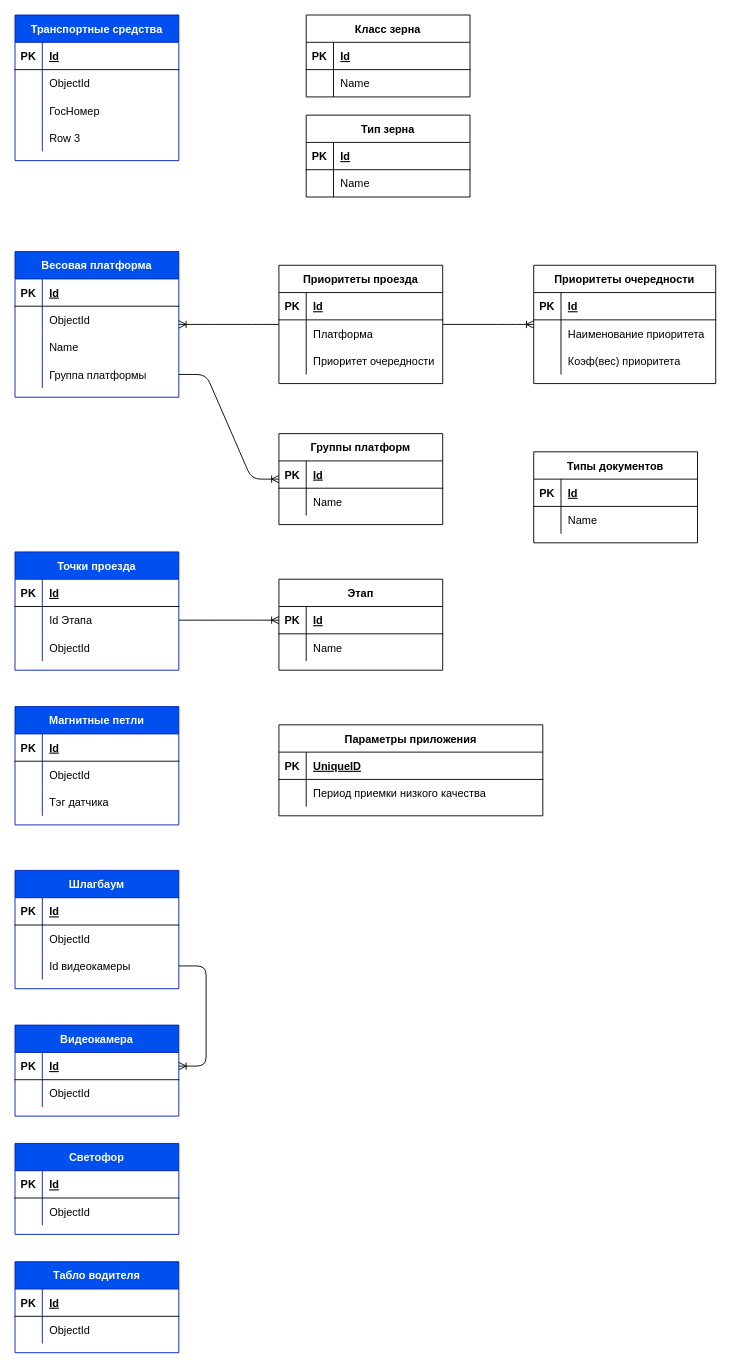
The draw.io diagram page "Справочники" (1 of 3) of Степь(ER).drawio in aaf1974/ProjectDiagram, before the edit. Source tidied: cells renumbered, new cells numbered last; positions are measured from the earlier drawing's top-left corner, leaving out a move shared by most shapes. Both pictures are drawn from the tidied source at 91%, with x=0, y=0 at pixel (15, 15).
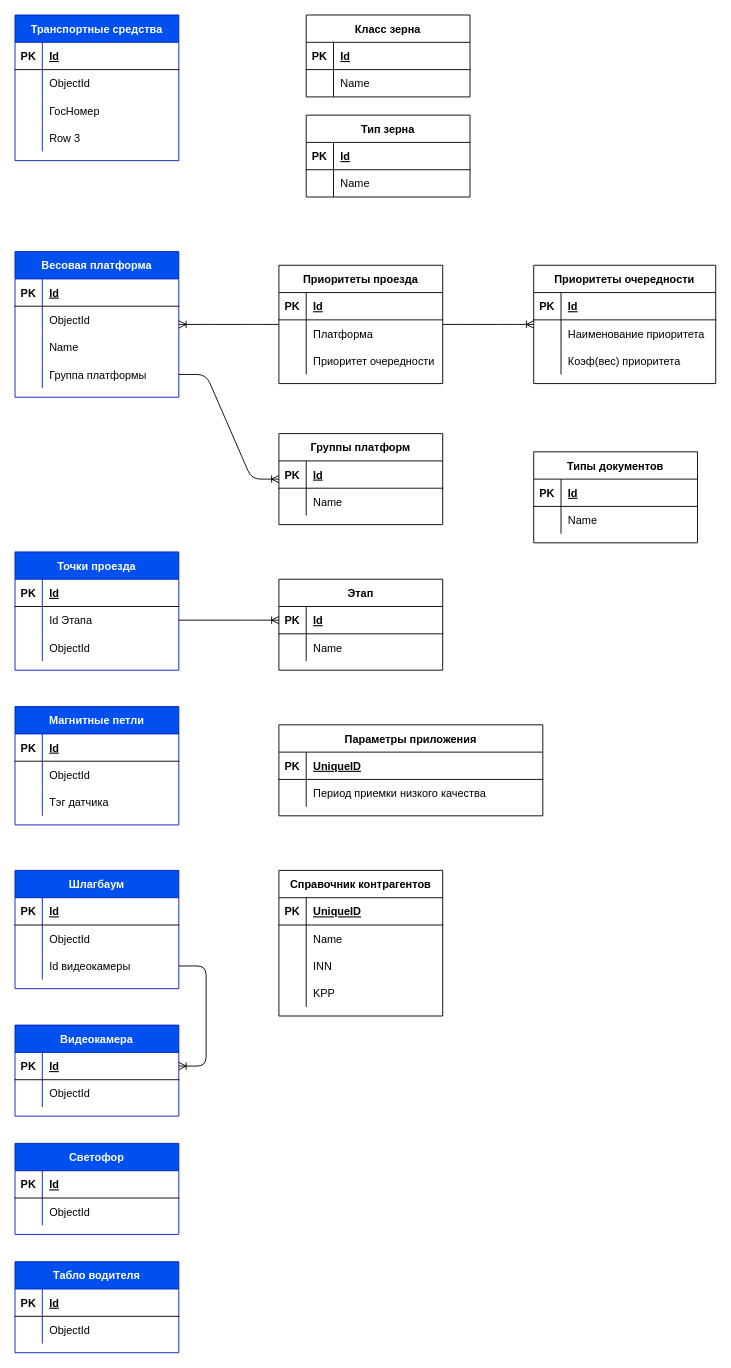
Above is the later version.

Change to the diagram source:
```diff
@@
+    <mxCell id="146" value="Справочник контрагентов" style="shape=table;startSize=30;childLayout=tableLayout;rowLines=0;fontStyle=1;align=center;" parent="1" vertex="1">
+      <mxGeometry x="290" y="940" width="180" height="160" as="geometry" />
+    </mxCell>
+    <mxCell id="147" style="shape=partialRectangle;fillColor=none;top=0;left=0;bottom=1;right=0;" parent="146" vertex="1">
+      <mxGeometry y="30" width="180" height="30" as="geometry" />
+    </mxCell>
+    <mxCell id="148" value="PK" style="shape=partialRectangle;fillColor=none;top=0;left=0;bottom=0;right=0;fontStyle=1;overflow=hidden;" parent="147" vertex="1">
+      <mxGeometry width="30" height="30" as="geometry" />
+    </mxCell>
+    <mxCell id="149" value="UniqueID" style="shape=partialRectangle;fillColor=none;top=0;left=0;bottom=0;right=0;align=left;spacingLeft=6;fontStyle=5;overflow=hidden;" parent="147" vertex="1">
+      <mxGeometry x="30" width="150" height="30" as="geometry" />
+    </mxCell>
+    <mxCell id="150" style="shape=partialRectangle;fillColor=none;top=0;left=0;bottom=0;right=0;" parent="146" vertex="1">
+      <mxGeometry y="60" width="180" height="30" as="geometry" />
+    </mxCell>
+    <mxCell id="151" style="shape=partialRectangle;fillColor=none;top=0;left=0;bottom=0;right=0;overflow=hidden;" parent="150" vertex="1">
+      <mxGeometry width="30" height="30" as="geometry" />
+    </mxCell>
+    <mxCell id="152" value="Name" style="shape=partialRectangle;fillColor=none;top=0;left=0;bottom=0;right=0;align=left;spacingLeft=6;overflow=hidden;" parent="150" vertex="1">
+      <mxGeometry x="30" width="150" height="30" as="geometry" />
+    </mxCell>
+    <mxCell id="153" style="shape=partialRectangle;fillColor=none;top=0;left=0;bottom=0;right=0;" parent="146" vertex="1">
+      <mxGeometry y="90" width="180" height="30" as="geometry" />
+    </mxCell>
+    <mxCell id="154" style="shape=partialRectangle;fillColor=none;top=0;left=0;bottom=0;right=0;overflow=hidden;" parent="153" vertex="1">
+      <mxGeometry width="30" height="30" as="geometry" />
+    </mxCell>
+    <mxCell id="155" value="INN" style="shape=partialRectangle;fillColor=none;top=0;left=0;bottom=0;right=0;align=left;spacingLeft=6;overflow=hidden;" parent="153" vertex="1">
+      <mxGeometry x="30" width="150" height="30" as="geometry" />
+    </mxCell>
+    <mxCell id="156" style="shape=partialRectangle;fillColor=none;top=0;left=0;bottom=0;right=0;" parent="146" vertex="1">
+      <mxGeometry y="120" width="180" height="30" as="geometry" />
+    </mxCell>
+    <mxCell id="157" style="shape=partialRectangle;fillColor=none;top=0;left=0;bottom=0;right=0;overflow=hidden;" parent="156" vertex="1">
+      <mxGeometry width="30" height="30" as="geometry" />
+    </mxCell>
+    <mxCell id="158" value="KPP" style="shape=partialRectangle;fillColor=none;top=0;left=0;bottom=0;right=0;align=left;spacingLeft=6;overflow=hidden;" parent="156" vertex="1">
+      <mxGeometry x="30" width="150" height="30" as="geometry" />
+    </mxCell>
```
